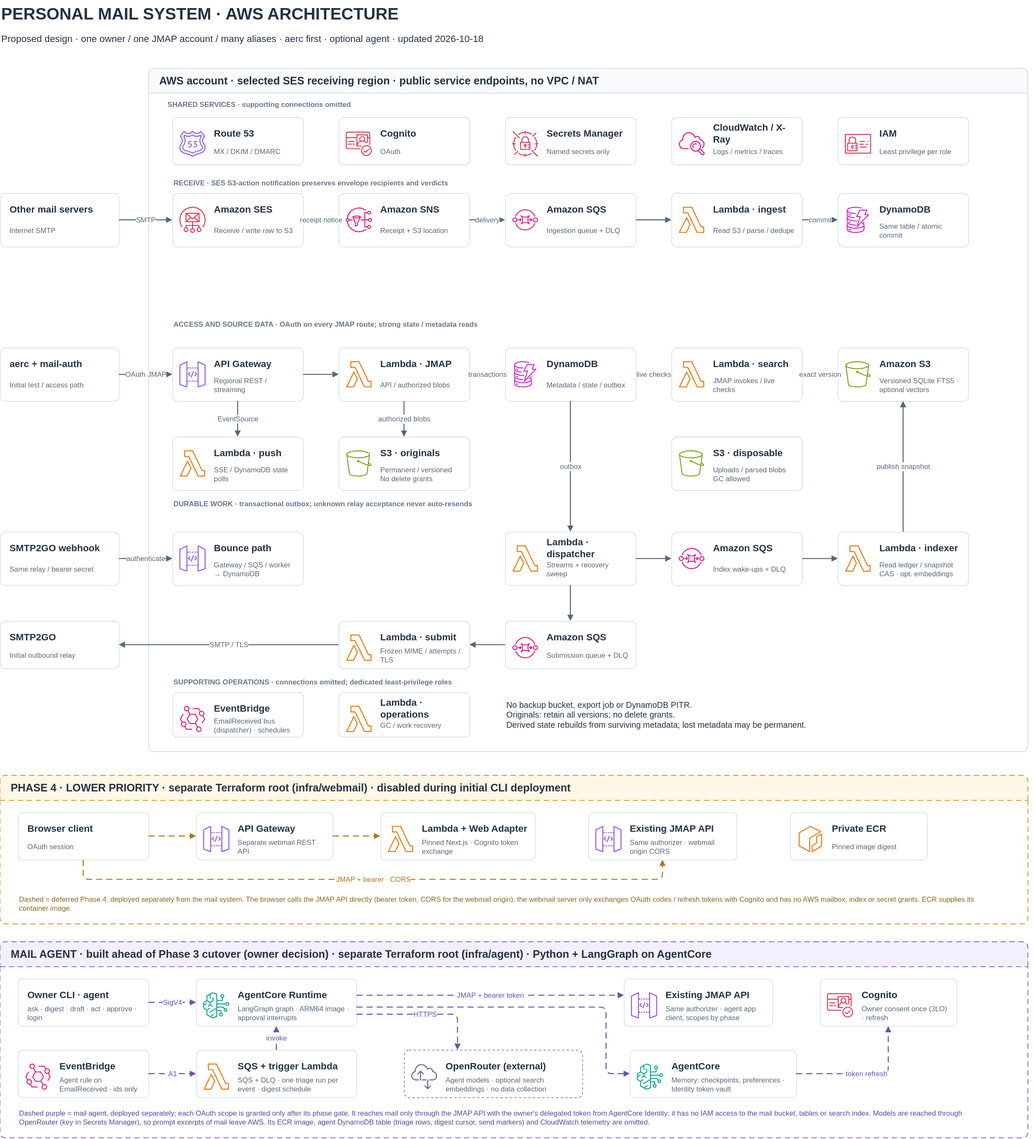
This is docs/diagrams/aws-mail-system.drawio.svg from zero11-0203/s3mail, a draw.io export, as it was before one commit. Source tidied: cells renumbered, new cells last; positions are measured from the earlier drawing's top-left corner, leaving out a move shared by most shapes.
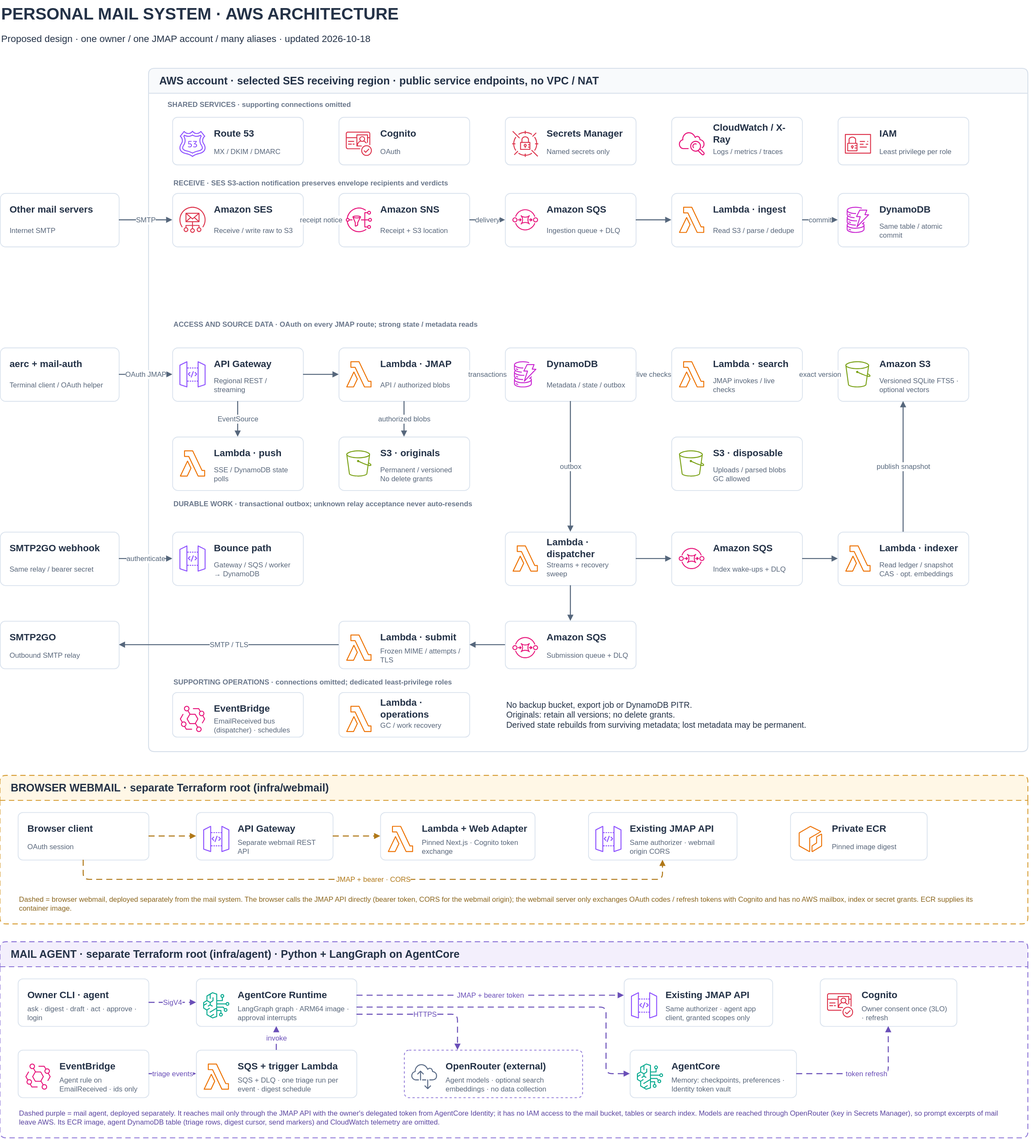
Later version of the same file.

Commit message:
Remove roadmap wording from the architecture diagram

Change to the diagram source:
```diff
@@ -5,7 +5,7 @@
     <mxCell id="2" value="PERSONAL MAIL SYSTEM · AWS ARCHITECTURE" style="whiteSpace=wrap;fontFamily=Helvetica;fontColor=#243247;text;strokeColor=none;fillColor=none;align=left;verticalAlign=middle;fontSize=28;fontColor=#243247;fontStyle=1;html=1;" parent="1" vertex="1">
       <mxGeometry width="1740" height="45" as="geometry" />
     </mxCell>
-    <mxCell id="3" value="Proposed design · one owner / one JMAP account / many aliases · aerc first · optional agent · updated 2026-10-18" style="whiteSpace=wrap;fontFamily=Helvetica;fontColor=#243247;text;strokeColor=none;fillColor=none;align=left;verticalAlign=middle;fontSize=16;fontColor=#243247;fontStyle=0;html=1;" parent="1" vertex="1">
+    <mxCell id="3" value="Proposed design · one owner / one JMAP account / many aliases · updated 2026-10-18" style="whiteSpace=wrap;fontFamily=Helvetica;fontColor=#243247;text;strokeColor=none;fillColor=none;align=left;verticalAlign=middle;fontSize=16;fontColor=#243247;fontStyle=0;html=1;" parent="1" vertex="1">
       <mxGeometry y="50" width="1740" height="30" as="geometry" />
     </mxCell>
     <mxCell id="4" value="AWS account · selected SES receiving region · public service endpoints, no VPC / NAT" style="whiteSpace=wrap;fontFamily=Helvetica;fontColor=#243247;swimlane;startSize=42;rounded=1;arcSize=8;horizontal=1;align=left;spacingLeft=16;fontSize=18;fontStyle=1;strokeWidth=1.5;strokeColor=#D6DFEA;fillColor=#F8FAFC;swimlaneFillColor=#FFFFFF;html=1;" parent="1" vertex="1">
@@ -404,7 +404,7 @@
     <mxCell id="135" value="aerc + mail-auth" style="whiteSpace=wrap;fontFamily=Helvetica;fontColor=#243247;text;strokeColor=none;fillColor=none;align=left;verticalAlign=middle;fontSize=16;fontColor=#243247;fontStyle=1;html=1;" parent="134" vertex="1">
       <mxGeometry x="14" y="12" width="172" height="30" as="geometry" />
     </mxCell>
-    <mxCell id="136" value="Initial test / access path" style="whiteSpace=wrap;fontFamily=Helvetica;fontColor=#243247;text;strokeColor=none;fillColor=none;align=left;verticalAlign=middle;fontSize=12;fontColor=#59677B;fontStyle=0;html=1;" parent="134" vertex="1">
+    <mxCell id="136" value="Terminal client / OAuth helper" style="whiteSpace=wrap;fontFamily=Helvetica;fontColor=#243247;text;strokeColor=none;fillColor=none;align=left;verticalAlign=middle;fontSize=12;fontColor=#59677B;fontStyle=0;html=1;" parent="134" vertex="1">
       <mxGeometry x="14" y="42" width="172" height="42" as="geometry" />
     </mxCell>
     <mxCell id="137" style="whiteSpace=wrap;fontFamily=Helvetica;fontColor=#243247;rounded=1;arcSize=10;strokeColor=#D9E2ED;fillColor=#FFFFFF;strokeWidth=1.3;html=1;" parent="1" vertex="1">
@@ -422,7 +422,7 @@
     <mxCell id="141" value="SMTP2GO" style="whiteSpace=wrap;fontFamily=Helvetica;fontColor=#243247;text;strokeColor=none;fillColor=none;align=left;verticalAlign=middle;fontSize=16;fontColor=#243247;fontStyle=1;html=1;" parent="140" vertex="1">
       <mxGeometry x="14" y="12" width="172" height="30" as="geometry" />
     </mxCell>
-    <mxCell id="142" value="Initial outbound relay" style="whiteSpace=wrap;fontFamily=Helvetica;fontColor=#243247;text;strokeColor=none;fillColor=none;align=left;verticalAlign=middle;fontSize=12;fontColor=#59677B;fontStyle=0;html=1;" parent="140" vertex="1">
+    <mxCell id="142" value="Outbound SMTP relay" style="whiteSpace=wrap;fontFamily=Helvetica;fontColor=#243247;text;strokeColor=none;fillColor=none;align=left;verticalAlign=middle;fontSize=12;fontColor=#59677B;fontStyle=0;html=1;" parent="140" vertex="1">
       <mxGeometry x="14" y="42" width="172" height="32" as="geometry" />
     </mxCell>
     <mxCell id="143" value="SMTP" style="edgeStyle=orthogonalEdgeStyle;rounded=1;html=1;endArrow=block;endFill=1;strokeColor=#56677C;strokeWidth=1.7;fontFamily=Helvetica;fontSize=12;fontColor=#56677C;labelBackgroundColor=#FFFFFF;" parent="1" edge="1" source="131" target="27">
@@ -437,7 +437,7 @@
     <mxCell id="146" value="authenticate" style="edgeStyle=orthogonalEdgeStyle;rounded=1;html=1;endArrow=block;endFill=1;strokeColor=#56677C;strokeWidth=1.7;fontFamily=Helvetica;fontSize=12;fontColor=#56677C;labelBackgroundColor=#FFFFFF;" parent="1" edge="1" source="137" target="77">
       <mxGeometry relative="1" as="geometry" />
     </mxCell>
-    <mxCell id="147" value="PHASE 4 · LOWER PRIORITY · separate Terraform root (infra/webmail) · disabled during initial CLI deployment" style="whiteSpace=wrap;fontFamily=Helvetica;fontColor=#243247;swimlane;startSize=42;rounded=1;arcSize=8;horizontal=1;align=left;spacingLeft=16;fontSize=18;fontStyle=1;strokeWidth=1.5;strokeColor=#D69C32;fillColor=#FFF7E6;swimlaneFillColor=#FFFFFF;dashed=1;dashPattern=6 4;html=1;" parent="1" vertex="1">
+    <mxCell id="147" value="BROWSER WEBMAIL · separate Terraform root (infra/webmail)" style="whiteSpace=wrap;fontFamily=Helvetica;fontColor=#243247;swimlane;startSize=42;rounded=1;arcSize=8;horizontal=1;align=left;spacingLeft=16;fontSize=18;fontStyle=1;strokeWidth=1.5;strokeColor=#D69C32;fillColor=#FFF7E6;swimlaneFillColor=#FFFFFF;dashed=1;dashPattern=6 4;html=1;" parent="1" vertex="1">
       <mxGeometry y="1305" width="1730" height="250" as="geometry" />
     </mxCell>
     <mxCell id="148" style="whiteSpace=wrap;fontFamily=Helvetica;fontColor=#243247;rounded=1;arcSize=10;strokeColor=#D9E2ED;fillColor=#FFFFFF;strokeWidth=1.3;html=1;" parent="147" vertex="1">
@@ -511,10 +511,10 @@
         </Array>
       </mxGeometry>
     </mxCell>
-    <mxCell id="170" value="Dashed = deferred Phase 4, deployed separately from the mail system. The browser calls the JMAP API directly (bearer token, CORS for the webmail origin); the webmail server only exchanges OAuth codes / refresh tokens with Cognito and has no AWS mailbox, index or secret grants. ECR supplies its container image." style="whiteSpace=wrap;fontFamily=Helvetica;fontColor=#243247;text;strokeColor=none;fillColor=none;align=left;verticalAlign=middle;fontSize=12;fontColor=#8A651D;fontStyle=0;html=1;" parent="147" vertex="1">
+    <mxCell id="170" value="Dashed = browser webmail, deployed separately from the mail system. The browser calls the JMAP API directly (bearer token, CORS for the webmail origin); the webmail server only exchanges OAuth codes / refresh tokens with Cognito and has no AWS mailbox, index or secret grants. ECR supplies its container image." style="whiteSpace=wrap;fontFamily=Helvetica;fontColor=#243247;text;strokeColor=none;fillColor=none;align=left;verticalAlign=middle;fontSize=12;fontColor=#8A651D;fontStyle=0;html=1;" parent="147" vertex="1">
       <mxGeometry x="30" y="198" width="1650" height="36" as="geometry" />
     </mxCell>
-    <mxCell id="171" value="MAIL AGENT · built ahead of Phase 3 cutover (owner decision) · separate Terraform root (infra/agent) · Python + LangGraph on AgentCore" style="whiteSpace=wrap;fontFamily=Helvetica;fontColor=#243247;swimlane;startSize=42;rounded=1;arcSize=8;horizontal=1;align=left;spacingLeft=16;fontSize=18;fontStyle=1;strokeWidth=1.5;strokeColor=#8B73D6;fillColor=#F3EFFC;swimlaneFillColor=#FFFFFF;dashed=1;dashPattern=6 4;html=1;" parent="1" vertex="1">
+    <mxCell id="171" value="MAIL AGENT · separate Terraform root (infra/agent) · Python + LangGraph on AgentCore" style="whiteSpace=wrap;fontFamily=Helvetica;fontColor=#243247;swimlane;startSize=42;rounded=1;arcSize=8;horizontal=1;align=left;spacingLeft=16;fontSize=18;fontStyle=1;strokeWidth=1.5;strokeColor=#8B73D6;fillColor=#F3EFFC;swimlaneFillColor=#FFFFFF;dashed=1;dashPattern=6 4;html=1;" parent="1" vertex="1">
       <mxGeometry y="1585" width="1730" height="330" as="geometry" />
     </mxCell>
     <mxCell id="172" style="whiteSpace=wrap;fontFamily=Helvetica;fontColor=#243247;rounded=1;arcSize=10;strokeColor=#D9E2ED;fillColor=#FFFFFF;strokeWidth=1.3;html=1;" parent="171" vertex="1">
@@ -547,7 +547,7 @@
     <mxCell id="181" value="Existing JMAP API" style="whiteSpace=wrap;fontFamily=Helvetica;fontColor=#243247;text;strokeColor=none;fillColor=none;align=left;verticalAlign=middle;fontSize=16;fontColor=#243247;fontStyle=1;html=1;" parent="179" vertex="1">
       <mxGeometry x="68" y="12" width="172" height="30" as="geometry" />
     </mxCell>
-    <mxCell id="182" value="Same authorizer · agent app client, scopes by phase" style="whiteSpace=wrap;fontFamily=Helvetica;fontColor=#243247;text;strokeColor=none;fillColor=none;align=left;verticalAlign=middle;fontSize=12;fontColor=#59677B;fontStyle=0;html=1;" parent="179" vertex="1">
+    <mxCell id="182" value="Same authorizer · agent app client, granted scopes only" style="whiteSpace=wrap;fontFamily=Helvetica;fontColor=#243247;text;strokeColor=none;fillColor=none;align=left;verticalAlign=middle;fontSize=12;fontColor=#59677B;fontStyle=0;html=1;" parent="179" vertex="1">
       <mxGeometry x="68" y="42" width="172" height="32" as="geometry" />
     </mxCell>
     <mxCell id="183" style="whiteSpace=wrap;fontFamily=Helvetica;fontColor=#243247;rounded=1;arcSize=10;strokeColor=#D9E2ED;fillColor=#FFFFFF;strokeWidth=1.3;html=1;" parent="171" vertex="1">
@@ -616,7 +616,7 @@
     <mxCell id="204" value="JMAP + bearer token" style="edgeStyle=orthogonalEdgeStyle;rounded=1;html=1;endArrow=block;endFill=1;strokeColor=#6A4FB8;strokeWidth=1.7;fontFamily=Helvetica;fontSize=12;fontColor=#6A4FB8;labelBackgroundColor=#FFFFFF;dashed=1;dashPattern=6 4;exitX=1;exitY=0.35;exitDx=0;exitDy=0;entryX=0;entryY=0.35;entryDx=0;entryDy=0;" parent="171" edge="1" source="175" target="179">
       <mxGeometry relative="1" as="geometry" />
     </mxCell>
-    <mxCell id="205" value="A1" style="edgeStyle=orthogonalEdgeStyle;rounded=1;html=1;endArrow=block;endFill=1;strokeColor=#6A4FB8;strokeWidth=1.7;fontFamily=Helvetica;fontSize=12;fontColor=#6A4FB8;labelBackgroundColor=#FFFFFF;dashed=1;dashPattern=6 4;" parent="171" edge="1" source="187" target="191">
+    <mxCell id="205" value="triage events" style="edgeStyle=orthogonalEdgeStyle;rounded=1;html=1;endArrow=block;endFill=1;strokeColor=#6A4FB8;strokeWidth=1.7;fontFamily=Helvetica;fontSize=12;fontColor=#6A4FB8;labelBackgroundColor=#FFFFFF;dashed=1;dashPattern=6 4;" parent="171" edge="1" source="187" target="191">
       <mxGeometry relative="1" as="geometry" />
     </mxCell>
     <mxCell id="206" value="invoke" style="edgeStyle=orthogonalEdgeStyle;rounded=1;html=1;endArrow=block;endFill=1;strokeColor=#6A4FB8;strokeWidth=1.7;fontFamily=Helvetica;fontSize=12;fontColor=#6A4FB8;labelBackgroundColor=#FFFFFF;dashed=1;dashPattern=6 4;exitX=0.5;exitY=0;exitDx=0;exitDy=0;entryX=0.5;entryY=1;entryDx=0;entryDy=0;" parent="171" edge="1" source="191" target="175">
@@ -636,7 +636,7 @@
     <mxCell id="209" value="token refresh" style="edgeStyle=orthogonalEdgeStyle;rounded=1;html=1;endArrow=block;endFill=1;strokeColor=#6A4FB8;strokeWidth=1.7;fontFamily=Helvetica;fontSize=12;fontColor=#6A4FB8;labelBackgroundColor=#FFFFFF;dashed=1;dashPattern=6 4;exitX=1;exitY=0.5;exitDx=0;exitDy=0;entryX=0.5;entryY=1;entryDx=0;entryDy=0;" parent="171" edge="1" source="195" target="183">
       <mxGeometry relative="1" as="geometry" />
     </mxCell>
-    <mxCell id="210" value="Dashed purple = mail agent, deployed separately; each OAuth scope is granted only after its phase gate. It reaches mail only through the JMAP API with the owner's delegated token from AgentCore Identity; it has no IAM access to the mail bucket, tables or search index. Models are reached through OpenRouter (key in Secrets Manager), so prompt excerpts of mail leave AWS. Its ECR image, agent DynamoDB table (triage rows, digest cursor, send markers) and CloudWatch telemetry are omitted." style="whiteSpace=wrap;fontFamily=Helvetica;fontColor=#243247;text;strokeColor=none;fillColor=none;align=left;verticalAlign=middle;fontSize=12;fontColor=#5B45A0;fontStyle=0;html=1;" parent="171" vertex="1">
+    <mxCell id="210" value="Dashed purple = mail agent, deployed separately. It reaches mail only through the JMAP API with the owner's delegated token from AgentCore Identity; it has no IAM access to the mail bucket, tables or search index. Models are reached through OpenRouter (key in Secrets Manager), so prompt excerpts of mail leave AWS. Its ECR image, agent DynamoDB table (triage rows, digest cursor, send markers) and CloudWatch telemetry are omitted." style="whiteSpace=wrap;fontFamily=Helvetica;fontColor=#243247;text;strokeColor=none;fillColor=none;align=left;verticalAlign=middle;fontSize=12;fontColor=#5B45A0;fontStyle=0;html=1;" parent="171" vertex="1">
       <mxGeometry x="30" y="278" width="1650" height="36" as="geometry" />
     </mxCell>
   </root>
```
